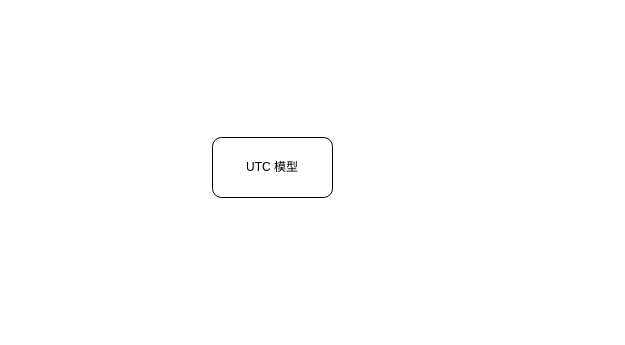
This is applications/zero_shot_text_classification/paddlenlp.drawio from zhenhua32/PaddleNLP, a draw.io file, before an edit. Source tidied: cells renumbered, new cells numbered last; positions are measured from the earlier drawing's top-left corner, leaving out a move shared by most shapes. Both pictures are drawn from the tidied source at 100%, with x=0, y=0 at pixel (212, 137).
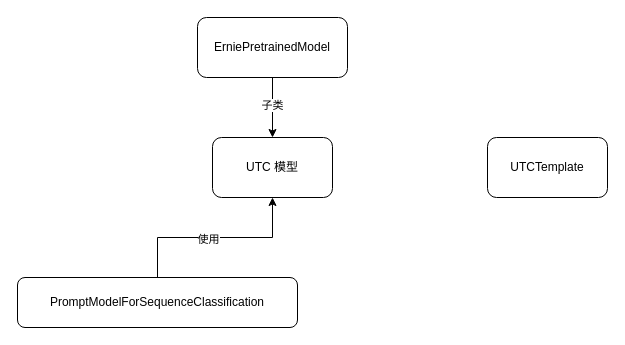
Above is the later version.

Change to the diagram source:
```diff
@@
 <mxGraphModel>
   <root>
     <mxCell id="0" />
     <mxCell id="1" parent="0" />
     <mxCell id="2" value="UTC 模型" style="rounded=1;whiteSpace=wrap;html=1;" parent="1" vertex="1">
       <mxGeometry width="120" height="60" as="geometry" />
     </mxCell>
+    <mxCell id="3" value="UTCTemplate" style="rounded=1;whiteSpace=wrap;html=1;" parent="1" vertex="1">
+      <mxGeometry x="275" width="120" height="60" as="geometry" />
+    </mxCell>
+    <mxCell id="4" style="edgeStyle=orthogonalEdgeStyle;rounded=0;jettySize=auto;html=1;" parent="1" edge="1" source="6" target="2">
+      <mxGeometry relative="1" as="geometry" />
+    </mxCell>
+    <mxCell id="5" value="子类" style="edgeLabel;html=1;align=center;verticalAlign=middle;" parent="4" vertex="1">
+      <mxGeometry x="-0.09" y="-1" relative="1" as="geometry" />
+    </mxCell>
+    <mxCell id="6" value="ErniePretrainedModel" style="rounded=1;whiteSpace=wrap;html=1;" parent="1" vertex="1">
+      <mxGeometry x="-15" y="-120" width="150" height="60" as="geometry" />
+    </mxCell>
+    <mxCell id="7" style="edgeStyle=orthogonalEdgeStyle;rounded=0;jettySize=auto;html=1;exitX=0.5;exitY=0;exitDx=0;exitDy=0;entryX=0.5;entryY=1;entryDx=0;entryDy=0;" parent="1" edge="1" source="9" target="2">
+      <mxGeometry relative="1" as="geometry" />
+    </mxCell>
+    <mxCell id="8" value="使用" style="edgeLabel;html=1;align=center;verticalAlign=middle;" parent="7" vertex="1">
+      <mxGeometry x="-0.08" y="-1" relative="1" as="geometry" />
+    </mxCell>
+    <mxCell id="9" value="PromptModelForSequenceClassification" style="rounded=1;whiteSpace=wrap;html=1;" parent="1" vertex="1">
+      <mxGeometry x="-195" y="140" width="280" height="50" as="geometry" />
+    </mxCell>
   </root>
 </mxGraphModel>
```
